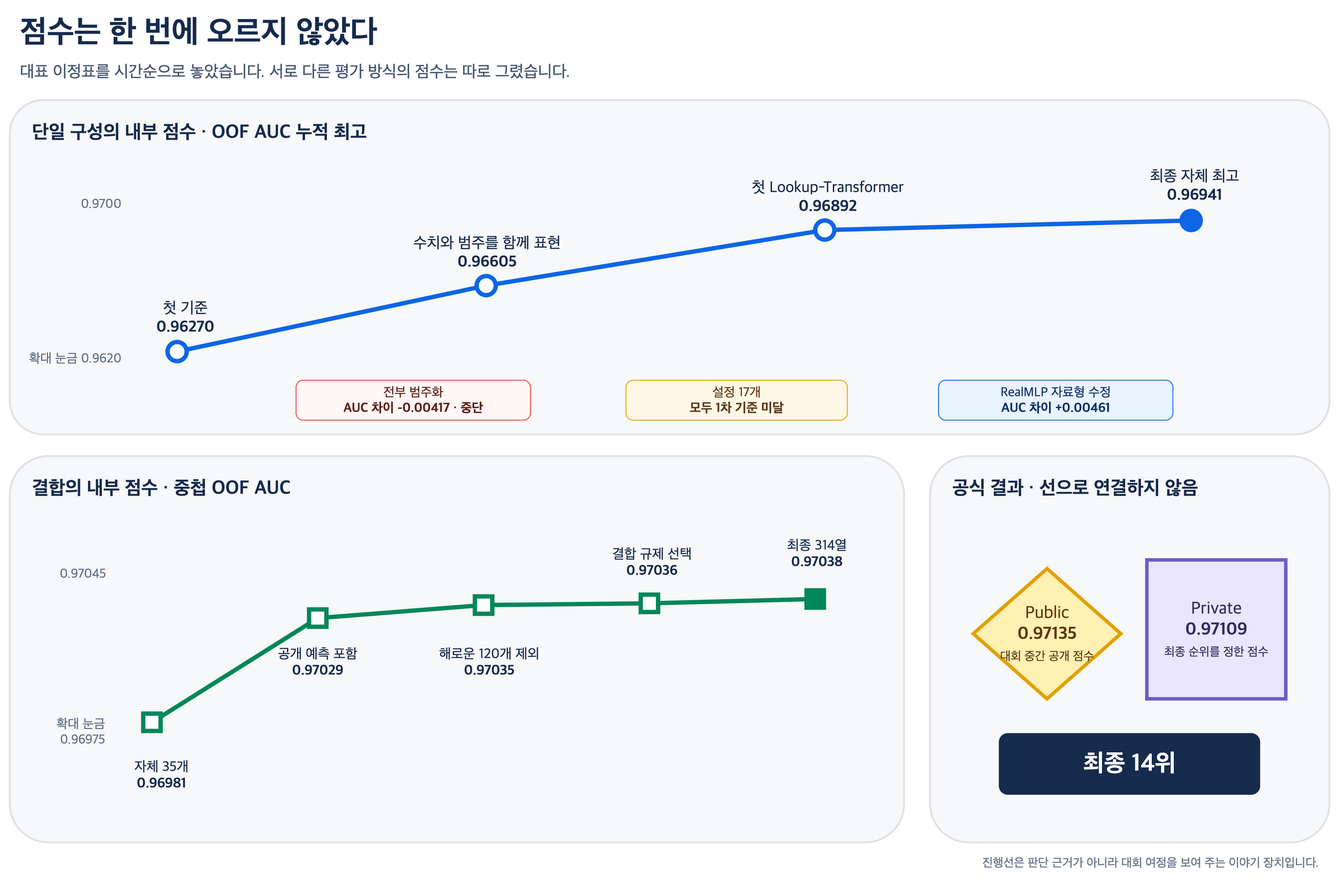
Earlier version of the draw.io export docs/prototypes/issue603-assets/score-progression.drawio.png (tmheo/predicting-smartphone-addiction). Source tidied: cells renumbered, new cells last; positions are measured from the earlier drawing's top-left corner, leaving out a move shared by most shapes.
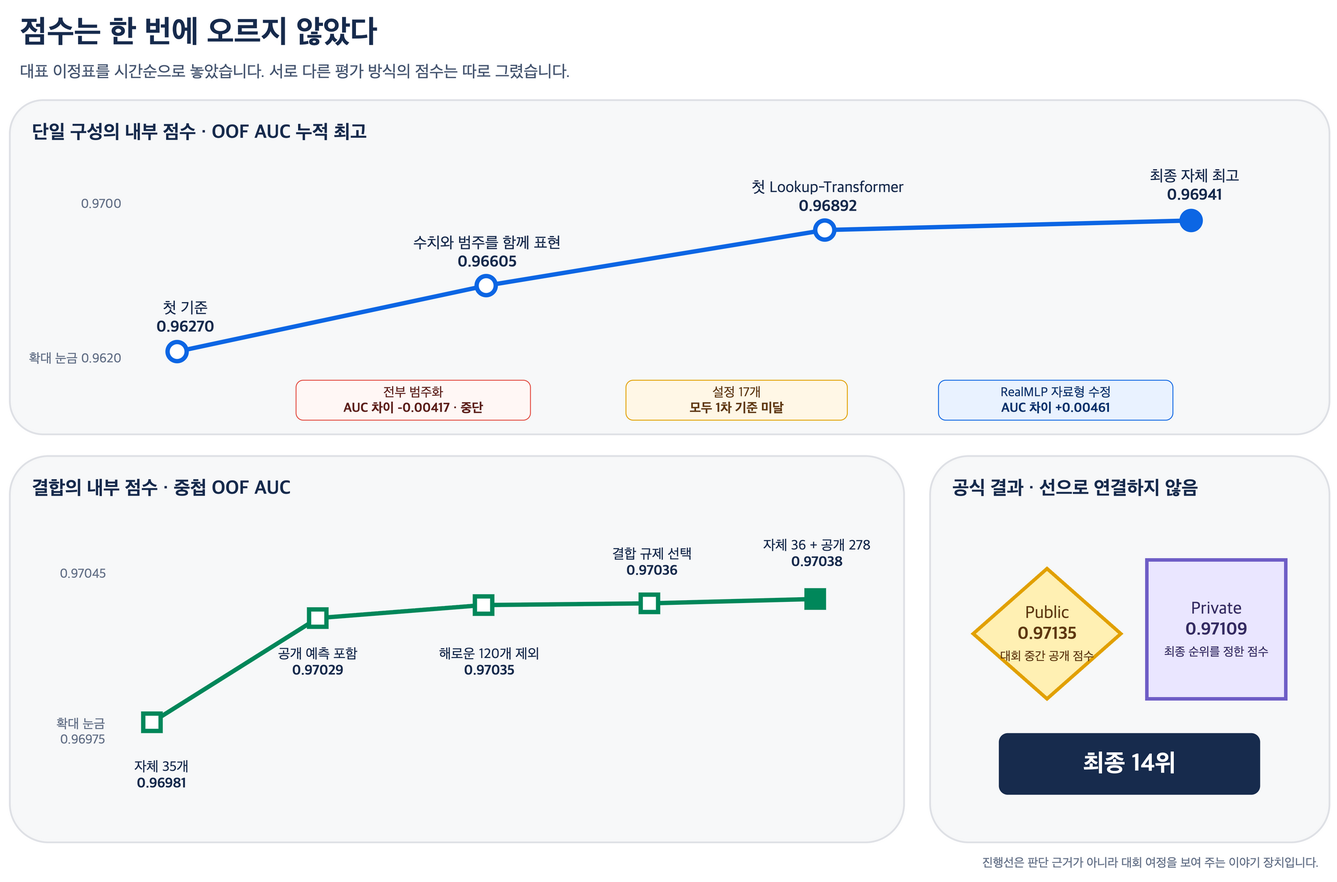
Later version of the same file.

What changed in the source:
```diff
@@ -119,8 +119,8 @@
     <mxCell id="40" value="결합 규제 선택&lt;br&gt;&lt;b&gt;0.97036&lt;/b&gt;" style="text;html=1;align=center;verticalAlign=middle;whiteSpace=wrap;fontFamily=Apple SD Gothic Neo;fontSize=16;fontColor=#172B4D;" parent="1" vertex="1">
       <mxGeometry x="680" y="610" width="120" height="55" as="geometry" />
     </mxCell>
-    <mxCell id="41" value="최종 314열&lt;br&gt;&lt;b&gt;0.97038&lt;/b&gt;" style="text;html=1;align=center;verticalAlign=middle;whiteSpace=wrap;fontFamily=Apple SD Gothic Neo;fontSize=16;fontColor=#172B4D;" parent="1" vertex="1">
-      <mxGeometry x="870" y="600" width="120" height="55" as="geometry" />
+    <mxCell id="41" value="자체 36 + 공개 278&lt;br&gt;&lt;b&gt;0.97038&lt;/b&gt;" style="text;html=1;align=center;verticalAlign=middle;whiteSpace=wrap;fontFamily=Apple SD Gothic Neo;fontSize=16;fontColor=#172B4D;" parent="1" vertex="1">
+      <mxGeometry x="850" y="600" width="160" height="55" as="geometry" />
     </mxCell>
     <mxCell id="42" value="공식 결과 · 선으로 연결하지 않음" style="rounded=1;whiteSpace=wrap;html=1;arcSize=10;fillColor=#F7F8F9;strokeColor=#DFE1E6;strokeWidth=2;fontFamily=Apple SD Gothic Neo;fontSize=22;fontStyle=1;fontColor=#172B4D;align=left;spacingLeft=24;verticalAlign=top;spacingTop=18;" parent="1" vertex="1">
       <mxGeometry x="1060" y="515" width="460" height="445" as="geometry" />
```
